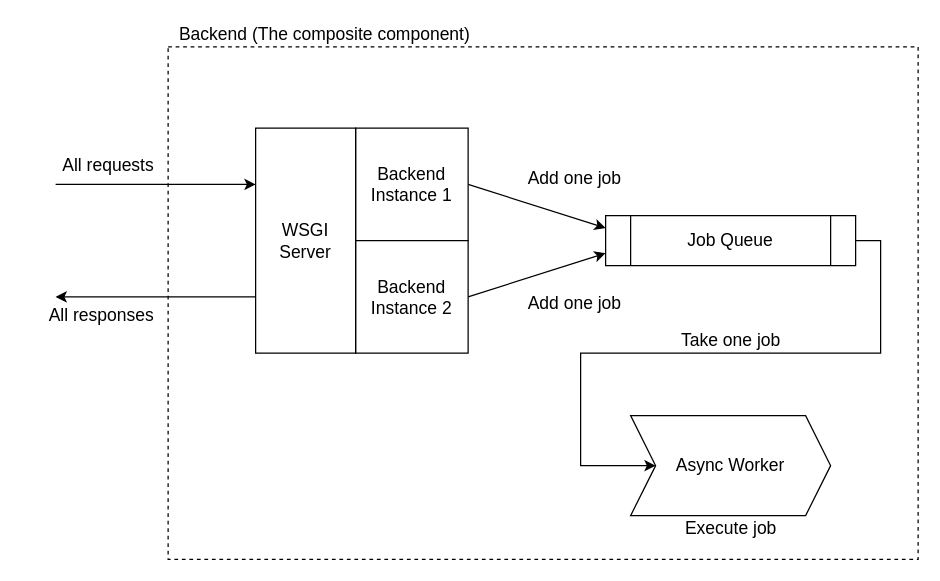
The draw.io diagram drawios/c4-backend.drawio in Zachaccino/Thesis-Paper, before the edit. Source tidied: cells renumbered, new cells numbered last; positions are measured from the earlier drawing's top-left corner, leaving out a move shared by most shapes. Both pictures are drawn from the tidied source at 125%, with x=0, y=0 at pixel (30, 21).
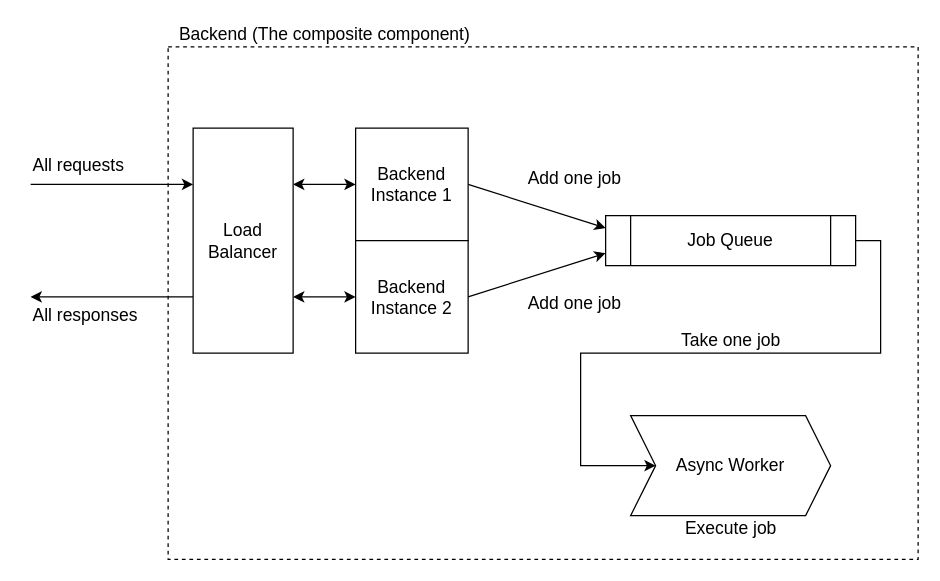
The same diagram, later.

Unchanged cells that the change refers to:
```xml
<mxCell id="4" value="Backend&lt;br&gt;Instance 1" style="whiteSpace=wrap;html=1;shadow=0;fontSize=14;" parent="1" vertex="1">
  <mxGeometry x="260" y="85" width="90" height="90" as="geometry" />
</mxCell>
<mxCell id="12" value="Backend&lt;br&gt;Instance 2" style="whiteSpace=wrap;html=1;shadow=0;fontSize=14;" parent="1" vertex="1">
  <mxGeometry x="260" y="175" width="90" height="90" as="geometry" />
</mxCell>
```

The edit, as a diff of the source:
```diff
@@
     <mxCell id="13" style="edgeStyle=none;rounded=0;jettySize=auto;html=1;exitX=0;exitY=0.25;exitDx=0;exitDy=0;startArrow=classic;startFill=1;endArrow=none;endFill=0;strokeWidth=1;fontSize=14;" parent="1" edge="1" source="15">
       <mxGeometry relative="1" as="geometry">
-        <mxPoint x="20" y="130" as="targetPoint" />
+        <mxPoint y="130" as="targetPoint" />
       </mxGeometry>
     </mxCell>
     <mxCell id="14" style="edgeStyle=none;rounded=0;jettySize=auto;html=1;startArrow=classic;startFill=1;endArrow=none;endFill=0;strokeWidth=1;fontSize=14;entryX=0;entryY=0.75;entryDx=0;entryDy=0;" parent="1" edge="1" target="15">
       <mxGeometry relative="1" as="geometry">
-        <mxPoint x="20" y="220" as="sourcePoint" />
+        <mxPoint y="220" as="sourcePoint" />
       </mxGeometry>
     </mxCell>
+    <mxCell id="20" style="edgeStyle=none;rounded=0;jettySize=auto;html=1;exitX=1;exitY=0.25;exitDx=0;exitDy=0;entryX=0;entryY=0.5;entryDx=0;entryDy=0;startArrow=classic;startFill=1;endArrow=classic;endFill=1;strokeWidth=1;fontSize=14;" parent="1" edge="1" source="15" target="4">
+      <mxGeometry relative="1" as="geometry" />
+    </mxCell>
+    <mxCell id="21" style="edgeStyle=none;rounded=0;jettySize=auto;html=1;exitX=1;exitY=0.75;exitDx=0;exitDy=0;entryX=0;entryY=0.5;entryDx=0;entryDy=0;startArrow=classic;startFill=1;endArrow=classic;endFill=1;strokeWidth=1;fontSize=14;" parent="1" edge="1" source="15" target="12">
+      <mxGeometry relative="1" as="geometry" />
+    </mxCell>
-    <mxCell id="15" value="WSGI Server" style="rounded=0;whiteSpace=wrap;html=1;shadow=0;fontSize=14;align=center;" parent="1" vertex="1">
-      <mxGeometry x="180" y="85" width="80" height="180" as="geometry" />
+    <mxCell id="15" value="Load Balancer" style="rounded=0;whiteSpace=wrap;html=1;shadow=0;fontSize=14;align=center;" parent="1" vertex="1">
+      <mxGeometry x="130" y="85" width="80" height="180" as="geometry" />
     </mxCell>
@@
-    <mxCell id="18" value="All requests" style="text;html=1;align=right;verticalAlign=middle;fontSize=14;" parent="1" vertex="1">
-      <mxGeometry x="10" y="105" width="90" height="20" as="geometry" />
+    <mxCell id="18" value="All requests" style="text;html=1;align=left;verticalAlign=middle;fontSize=14;" parent="1" vertex="1">
+      <mxGeometry y="105" width="90" height="20" as="geometry" />
     </mxCell>
-    <mxCell id="19" value="All responses" style="text;html=1;align=right;verticalAlign=middle;fontSize=14;" parent="1" vertex="1">
+    <mxCell id="19" value="All responses" style="text;html=1;align=left;verticalAlign=middle;fontSize=14;" parent="1" vertex="1">
       <mxGeometry y="225" width="100" height="20" as="geometry" />
     </mxCell>
```
